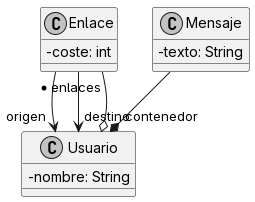
This is diagrams/redsocial.png from polo-omez/adsof, a PlantUML export, as it was before one commit. The source it was exported from:
```plantuml
@startuml

skinparam classAttributeIconSize 0
skinparam monochrome true

class Enlace{
  -coste: int
}

class Usuario{
  -nombre: String
}

class Mensaje{
  -texto: String
}


Enlace --> "origen" Usuario
Enlace --> "destino" Usuario
Usuario o-- "* enlaces" Enlace
Mensaje --* "contenedor" Usuario


@enduml
```
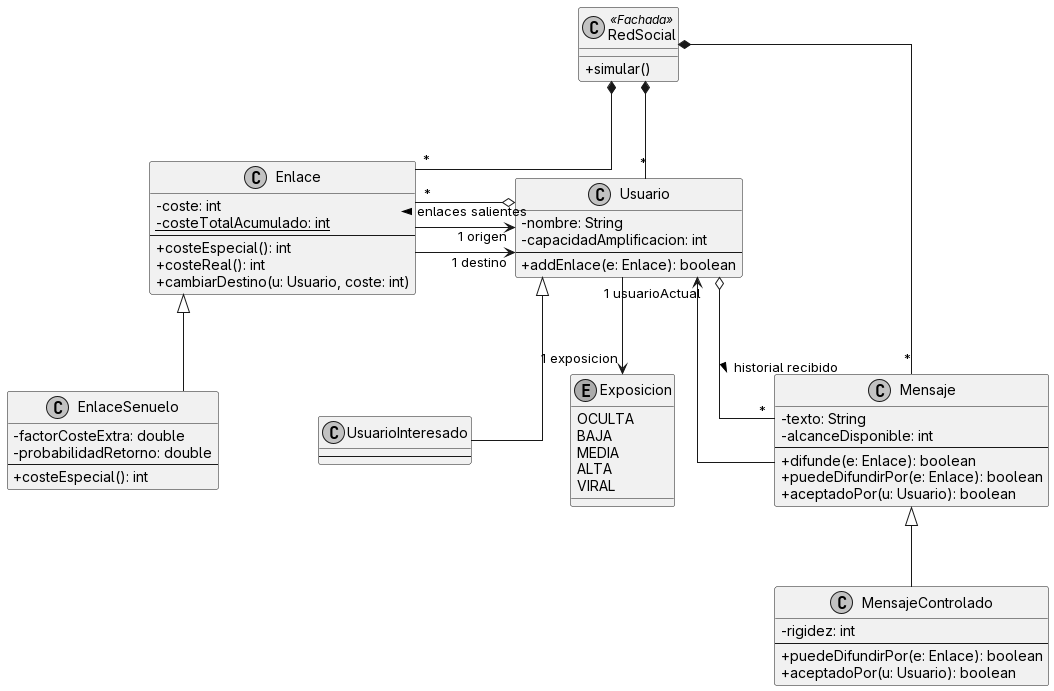
After the change.

Commit message:
usuario, enlace, class diagram

What changed in the source:
```diff
@@ -2,24 +2,83 @@
 
 skinparam classAttributeIconSize 0
 skinparam monochrome true
+skinparam linetype ortho
+skinparam nodesep 100
 
-class Enlace{
-  -coste: int
+skinparam ranksep 80
+
+
+class RedSocial << Fachada >> {
+  + simular()
 }
 
-class Usuario{
-  -nombre: String
+class Enlace {
+  - coste: int
+  {static} - costeTotalAcumulado: int
+  --
+  + costeEspecial(): int
+  + costeReal(): int
+  + cambiarDestino(u: Usuario, coste: int)
 }
 
-class Mensaje{
-  -texto: String
+class Usuario {
+  - nombre: String
+  - capacidadAmplificacion: int
+  --
+  + addEnlace(e: Enlace): boolean
+}
+
+class Mensaje {
+  - texto: String
+  - alcanceDisponible: int
+  --
+  + difunde(e: Enlace): boolean
+  + puedeDifundirPor(e: Enlace): boolean
+  + aceptadoPor(u: Usuario): boolean
 }
 
 
-Enlace --> "origen" Usuario
-Enlace --> "destino" Usuario
-Usuario o-- "* enlaces" Enlace
-Mensaje --* "contenedor" Usuario
+enum Exposicion {
+  OCULTA
+  BAJA
+  MEDIA
+  ALTA
+  VIRAL
+}
 
+class EnlaceSenuelo {
+  - factorCosteExtra: double
+  - probabilidadRetorno: double
+  --
+  + costeEspecial(): int
+}
+
+class UsuarioInteresado {
+  --
+}
+
+class MensajeControlado {
+  - rigidez: int
+  --
+  + puedeDifundirPor(e: Enlace): boolean
+  + aceptadoPor(u: Usuario): boolean
+}
+
+Enlace <|-- EnlaceSenuelo
+Usuario <|-- UsuarioInteresado
+Mensaje <|-- MensajeControlado
+
+RedSocial *-- "*" Mensaje
+RedSocial *-- "*" Usuario
+RedSocial *-- "*" Enlace
+
+Enlace -UP-> "1 origen" Usuario
+Enlace -UP-> "1 destino" Usuario
+
+Usuario o-LEFT- "*" Enlace : enlaces salientes >
+Usuario --> "1 exposicion" Exposicion
+Usuario o-- "*" Mensaje : historial recibido >
+
+Mensaje --> "1 usuarioActual" Usuario
 
 @enduml
```
